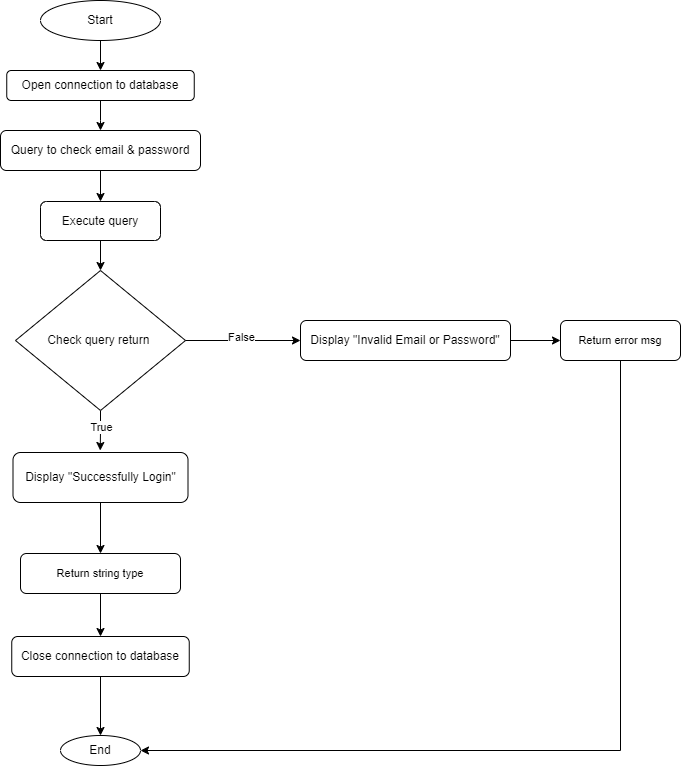
Earlier version of the draw.io export Design/Low Level Design/Flow Charts/OCS_Login_FlowChart_01.png (Muhammed-Sameh/QA_Workshop_ClothesStore). Source tidied: cells renumbered, new cells last; positions are measured from the earlier drawing's top-left corner, leaving out a move shared by most shapes.
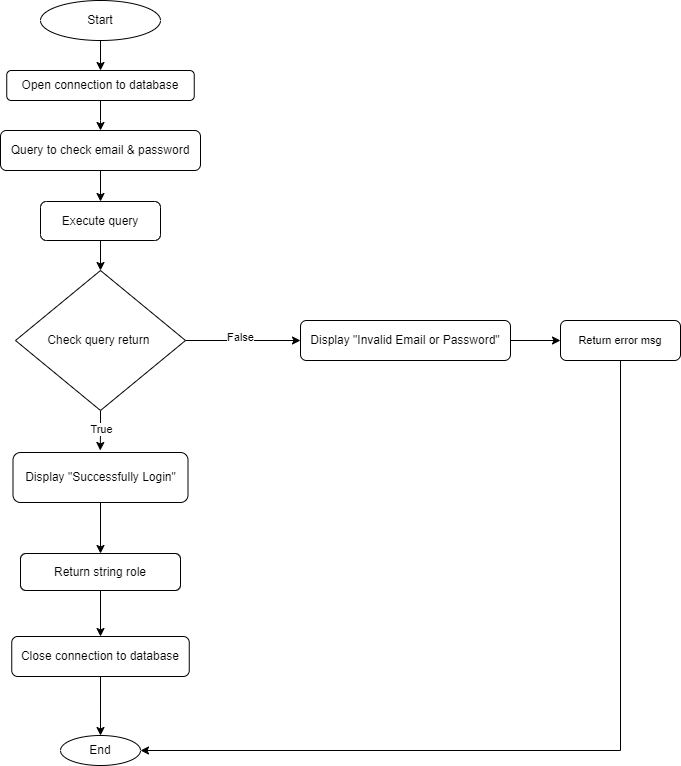
After the commit.

Change to the diagram source:
```diff
@@ -14,8 +14,8 @@
     <mxCell id="5" style="edgeStyle=orthogonalEdgeStyle;rounded=0;jettySize=auto;html=1;entryX=0.5;entryY=0;entryDx=0;entryDy=0;" parent="2" edge="1" source="6" target="18">
       <mxGeometry relative="1" as="geometry" />
     </mxCell>
-    <mxCell id="6" value="&lt;span style=&quot;font-size: 11px; text-wrap: nowrap; background-color: rgb(255, 255, 255);&quot;&gt;Return string type&lt;/span&gt;" style="rounded=1;whiteSpace=wrap;html=1;fontSize=12;glass=0;strokeWidth=1;shadow=0;" parent="2" vertex="1">
-      <mxGeometry x="20" y="553" width="160" height="40" as="geometry" />
+    <mxCell id="6" value="Return string role" style="rounded=1;whiteSpace=wrap;html=1;fontSize=12;glass=0;strokeWidth=1;shadow=0;" parent="2" vertex="1">
+      <mxGeometry x="20" y="553" width="160" height="37" as="geometry" />
     </mxCell>
     <mxCell id="7" style="edgeStyle=orthogonalEdgeStyle;rounded=0;jettySize=auto;html=1;entryX=0.5;entryY=0;entryDx=0;entryDy=0;" parent="2" edge="1" source="8" target="13">
       <mxGeometry relative="1" as="geometry" />
```
